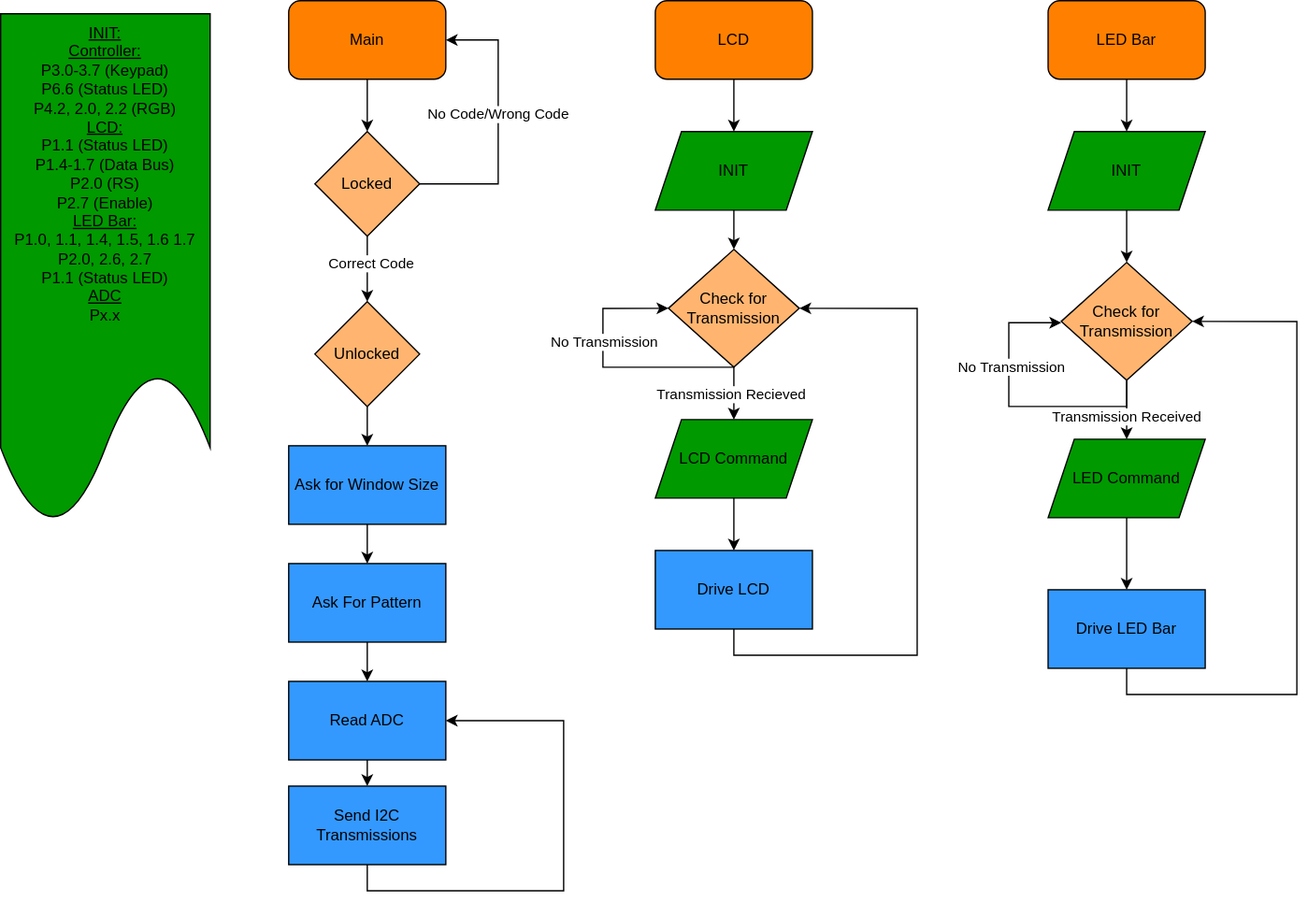
Above: docs/assets/Project5_Prelim_FlowChart.drawio.svg in msu-eele-465/project5-aaron-beau (draw.io), before the change. Source tidied: cells renumbered, new cells last; positions are measured from the earlier drawing's top-left corner, leaving out a move shared by most shapes. Source of this version:
```xml
<mxGraphModel>
  <root>
    <mxCell id="0" />
    <mxCell id="1" parent="0" />
    <mxCell id="2" value="&lt;u&gt;INIT:&lt;/u&gt;&lt;div&gt;&lt;u&gt;Controller:&lt;br&gt;&lt;/u&gt;&lt;div&gt;P3.0-3.7 (Keypad)&lt;/div&gt;&lt;div&gt;P6.6 (Status LED)&lt;/div&gt;&lt;div&gt;P4.2, 2.0, 2.2 (RGB)&lt;/div&gt;&lt;div&gt;&lt;u&gt;LCD:&lt;/u&gt;&lt;/div&gt;&lt;div&gt;P1.1 (Status LED)&lt;/div&gt;&lt;div&gt;P1.4-1.7 (Data Bus)&lt;/div&gt;&lt;div&gt;P2.0 (RS)&lt;/div&gt;&lt;div&gt;P2.7 (Enable)&lt;/div&gt;&lt;div&gt;&lt;u&gt;LED Bar:&lt;/u&gt;&lt;/div&gt;&lt;div&gt;P1.0, 1.1, 1.4, 1.5, 1.6 1.7&lt;/div&gt;&lt;div&gt;P2.0, 2.6, 2.7&lt;/div&gt;&lt;div&gt;P1.1 (Status LED)&lt;/div&gt;&lt;div&gt;&lt;u&gt;ADC&lt;/u&gt;&lt;/div&gt;&lt;div&gt;Px.x&lt;/div&gt;&lt;div&gt;&lt;u&gt;&lt;br&gt;&lt;/u&gt;&lt;/div&gt;&lt;div&gt;&lt;br&gt;&lt;/div&gt;&lt;/div&gt;" style="shape=document;whiteSpace=wrap;html=1;boundedLbl=1;fillColor=#009900;" parent="1" vertex="1">
      <mxGeometry y="10" width="160" height="390" as="geometry" />
    </mxCell>
    <mxCell id="3" style="edgeStyle=orthogonalEdgeStyle;rounded=0;jettySize=auto;html=1;exitX=0.5;exitY=1;exitDx=0;exitDy=0;entryX=0.5;entryY=0;entryDx=0;entryDy=0;" parent="1" edge="1" source="4" target="9">
      <mxGeometry relative="1" as="geometry" />
    </mxCell>
    <mxCell id="4" value="Main" style="rounded=1;whiteSpace=wrap;html=1;fillColor=#FF8000;" parent="1" vertex="1">
      <mxGeometry x="220" width="120" height="60" as="geometry" />
    </mxCell>
    <mxCell id="5" style="edgeStyle=orthogonalEdgeStyle;rounded=0;jettySize=auto;html=1;exitX=1;exitY=0.5;exitDx=0;exitDy=0;entryX=1;entryY=0.5;entryDx=0;entryDy=0;" parent="1" edge="1" source="9" target="4">
      <mxGeometry relative="1" as="geometry">
        <Array as="points">
          <mxPoint x="380" y="140" />
          <mxPoint x="380" y="30" />
        </Array>
      </mxGeometry>
    </mxCell>
    <mxCell id="6" value="No Code/Wrong Code" style="edgeLabel;html=1;align=center;verticalAlign=middle;" parent="5" vertex="1">
      <mxGeometry x="0.09" y="1" relative="1" as="geometry" />
    </mxCell>
    <mxCell id="7" style="edgeStyle=orthogonalEdgeStyle;rounded=0;jettySize=auto;html=1;exitX=0.5;exitY=1;exitDx=0;exitDy=0;entryX=0.5;entryY=0;entryDx=0;entryDy=0;" parent="1" edge="1" source="9" target="11">
      <mxGeometry relative="1" as="geometry" />
    </mxCell>
    <mxCell id="8" value="Correct Code" style="edgeLabel;html=1;align=center;verticalAlign=middle;" parent="7" vertex="1">
      <mxGeometry x="-0.2" y="2" relative="1" as="geometry" />
    </mxCell>
    <mxCell id="9" value="Locked" style="rhombus;whiteSpace=wrap;html=1;fillColor=#FFB570;" parent="1" vertex="1">
      <mxGeometry x="240" y="100" width="80" height="80" as="geometry" />
    </mxCell>
    <mxCell id="10" style="edgeStyle=orthogonalEdgeStyle;rounded=0;jettySize=auto;html=1;exitX=0.5;exitY=1;exitDx=0;exitDy=0;entryX=0.5;entryY=0;entryDx=0;entryDy=0;" parent="1" edge="1" source="11">
      <mxGeometry relative="1" as="geometry">
        <mxPoint x="280" y="340" as="targetPoint" />
      </mxGeometry>
    </mxCell>
    <mxCell id="11" value="Unlocked" style="rhombus;whiteSpace=wrap;html=1;fillColor=#FFB570;" parent="1" vertex="1">
      <mxGeometry x="240" y="230" width="80" height="80" as="geometry" />
    </mxCell>
    <mxCell id="12" style="edgeStyle=orthogonalEdgeStyle;rounded=0;jettySize=auto;html=1;exitX=0.5;exitY=1;exitDx=0;exitDy=0;entryX=0.5;entryY=0;entryDx=0;entryDy=0;" parent="1" edge="1" source="13" target="17">
      <mxGeometry relative="1" as="geometry" />
    </mxCell>
    <mxCell id="13" value="LCD" style="rounded=1;whiteSpace=wrap;html=1;fillColor=#FF8000;" parent="1" vertex="1">
      <mxGeometry x="500" width="120" height="60" as="geometry" />
    </mxCell>
    <mxCell id="14" style="edgeStyle=orthogonalEdgeStyle;rounded=0;jettySize=auto;html=1;exitX=0.5;exitY=1;exitDx=0;exitDy=0;entryX=0.5;entryY=0;entryDx=0;entryDy=0;" parent="1" edge="1" source="15" target="28">
      <mxGeometry relative="1" as="geometry" />
    </mxCell>
    <mxCell id="15" value="LED Bar" style="rounded=1;whiteSpace=wrap;html=1;fillColor=#FF8000;" parent="1" vertex="1">
      <mxGeometry x="800" width="120" height="60" as="geometry" />
    </mxCell>
    <mxCell id="16" style="edgeStyle=orthogonalEdgeStyle;rounded=0;jettySize=auto;html=1;exitX=0.5;exitY=1;exitDx=0;exitDy=0;entryX=0.5;entryY=0;entryDx=0;entryDy=0;" parent="1" edge="1" source="17" target="22">
      <mxGeometry relative="1" as="geometry" />
    </mxCell>
    <mxCell id="17" value="INIT" style="shape=parallelogram;perimeter=parallelogramPerimeter;whiteSpace=wrap;html=1;fixedSize=1;fillColor=#009900;" parent="1" vertex="1">
      <mxGeometry x="500" y="100" width="120" height="60" as="geometry" />
    </mxCell>
    <mxCell id="18" style="edgeStyle=orthogonalEdgeStyle;rounded=0;jettySize=auto;html=1;exitX=0.5;exitY=1;exitDx=0;exitDy=0;entryX=0.5;entryY=0;entryDx=0;entryDy=0;" parent="1" edge="1" source="22" target="24">
      <mxGeometry relative="1" as="geometry" />
    </mxCell>
    <mxCell id="19" value="Transmission Recieved" style="edgeLabel;html=1;align=center;verticalAlign=middle;" parent="18" vertex="1">
      <mxGeometry y="-3" relative="1" as="geometry" />
    </mxCell>
    <mxCell id="20" style="edgeStyle=orthogonalEdgeStyle;rounded=0;orthogonalLoop=1;jettySize=auto;html=1;exitX=0.5;exitY=1;exitDx=0;exitDy=0;entryX=0;entryY=0.5;entryDx=0;entryDy=0;" parent="1" edge="1" source="22" target="22">
      <mxGeometry relative="1" as="geometry">
        <Array as="points">
          <mxPoint x="460" y="280" />
          <mxPoint x="460" y="235" />
        </Array>
      </mxGeometry>
    </mxCell>
    <mxCell id="21" value="No Transmission" style="edgeLabel;html=1;align=center;verticalAlign=middle;" parent="20" vertex="1">
      <mxGeometry x="0.23" y="1" relative="1" as="geometry">
        <mxPoint x="1" as="offset" />
      </mxGeometry>
    </mxCell>
    <mxCell id="22" value="Check for Transmission" style="rhombus;whiteSpace=wrap;html=1;fillColor=#FFB570;" parent="1" vertex="1">
      <mxGeometry x="510" y="190" width="100" height="90" as="geometry" />
    </mxCell>
    <mxCell id="23" style="edgeStyle=orthogonalEdgeStyle;rounded=0;jettySize=auto;html=1;exitX=0.5;exitY=1;exitDx=0;exitDy=0;entryX=0.5;entryY=0;entryDx=0;entryDy=0;" parent="1" edge="1" source="24" target="26">
      <mxGeometry relative="1" as="geometry" />
    </mxCell>
    <mxCell id="24" value="LCD Command" style="shape=parallelogram;perimeter=parallelogramPerimeter;whiteSpace=wrap;html=1;fixedSize=1;fillColor=#009900;" parent="1" vertex="1">
      <mxGeometry x="500" y="320" width="120" height="60" as="geometry" />
    </mxCell>
    <mxCell id="25" style="edgeStyle=orthogonalEdgeStyle;rounded=0;jettySize=auto;html=1;exitX=0.5;exitY=1;exitDx=0;exitDy=0;entryX=1;entryY=0.5;entryDx=0;entryDy=0;" parent="1" edge="1" source="26" target="22">
      <mxGeometry relative="1" as="geometry">
        <Array as="points">
          <mxPoint x="560" y="500" />
          <mxPoint x="700" y="500" />
          <mxPoint x="700" y="235" />
        </Array>
      </mxGeometry>
    </mxCell>
    <mxCell id="26" value="Drive LCD" style="rounded=0;whiteSpace=wrap;html=1;fillColor=#3399FF;" parent="1" vertex="1">
      <mxGeometry x="500" y="420" width="120" height="60" as="geometry" />
    </mxCell>
    <mxCell id="27" style="edgeStyle=orthogonalEdgeStyle;rounded=0;jettySize=auto;html=1;exitX=0.5;exitY=1;exitDx=0;exitDy=0;entryX=0.5;entryY=0;entryDx=0;entryDy=0;" parent="1" edge="1" source="28" target="33">
      <mxGeometry relative="1" as="geometry" />
    </mxCell>
    <mxCell id="28" value="INIT" style="shape=parallelogram;perimeter=parallelogramPerimeter;whiteSpace=wrap;html=1;fixedSize=1;fillColor=#009900;" parent="1" vertex="1">
      <mxGeometry x="800" y="100" width="120" height="60" as="geometry" />
    </mxCell>
    <mxCell id="29" style="edgeStyle=orthogonalEdgeStyle;rounded=0;jettySize=auto;html=1;exitX=0.5;exitY=1;exitDx=0;exitDy=0;entryX=0.5;entryY=0;entryDx=0;entryDy=0;" parent="1" edge="1" source="33" target="35">
      <mxGeometry relative="1" as="geometry" />
    </mxCell>
    <mxCell id="30" value="Transmission Received" style="edgeLabel;html=1;align=center;verticalAlign=middle;" parent="29" vertex="1">
      <mxGeometry x="0.2" y="-1" relative="1" as="geometry" />
    </mxCell>
    <mxCell id="31" style="edgeStyle=orthogonalEdgeStyle;rounded=0;orthogonalLoop=1;jettySize=auto;html=1;exitX=0.5;exitY=1;exitDx=0;exitDy=0;entryX=0;entryY=0.5;entryDx=0;entryDy=0;" parent="1" edge="1" source="33" target="33">
      <mxGeometry relative="1" as="geometry">
        <Array as="points">
          <mxPoint x="860" y="310" />
          <mxPoint x="770" y="310" />
          <mxPoint x="770" y="246" />
        </Array>
      </mxGeometry>
    </mxCell>
    <mxCell id="32" value="No Transmission" style="edgeLabel;html=1;align=center;verticalAlign=middle;" parent="31" vertex="1">
      <mxGeometry x="0.2" relative="1" as="geometry">
        <mxPoint x="1" y="-12" as="offset" />
      </mxGeometry>
    </mxCell>
    <mxCell id="33" value="Check for Transmission" style="rhombus;whiteSpace=wrap;html=1;fillColor=#FFB570;" parent="1" vertex="1">
      <mxGeometry x="810" y="200" width="100" height="90" as="geometry" />
    </mxCell>
    <mxCell id="34" style="edgeStyle=orthogonalEdgeStyle;rounded=0;jettySize=auto;html=1;exitX=0.5;exitY=1;exitDx=0;exitDy=0;entryX=0.5;entryY=0;entryDx=0;entryDy=0;" parent="1" edge="1" source="35" target="37">
      <mxGeometry relative="1" as="geometry" />
    </mxCell>
    <mxCell id="35" value="LED Command" style="shape=parallelogram;perimeter=parallelogramPerimeter;whiteSpace=wrap;html=1;fixedSize=1;fillColor=#009900;" parent="1" vertex="1">
      <mxGeometry x="800" y="335" width="120" height="60" as="geometry" />
    </mxCell>
    <mxCell id="36" style="edgeStyle=orthogonalEdgeStyle;rounded=0;jettySize=auto;html=1;exitX=0.5;exitY=1;exitDx=0;exitDy=0;entryX=1;entryY=0.5;entryDx=0;entryDy=0;" parent="1" edge="1" source="37" target="33">
      <mxGeometry relative="1" as="geometry">
        <Array as="points">
          <mxPoint x="860" y="530" />
          <mxPoint x="990" y="530" />
          <mxPoint x="990" y="245" />
        </Array>
      </mxGeometry>
    </mxCell>
    <mxCell id="37" value="Drive LED Bar" style="rounded=0;whiteSpace=wrap;html=1;fillColor=#3399FF;" parent="1" vertex="1">
      <mxGeometry x="800" y="450" width="120" height="60" as="geometry" />
    </mxCell>
    <mxCell id="38" style="edgeStyle=orthogonalEdgeStyle;rounded=0;jettySize=auto;html=1;exitX=0.5;exitY=1;exitDx=0;exitDy=0;entryX=0.5;entryY=0;entryDx=0;entryDy=0;" parent="1" edge="1" source="39" target="41">
      <mxGeometry relative="1" as="geometry" />
    </mxCell>
    <mxCell id="39" value="Ask for Window Size" style="rounded=0;whiteSpace=wrap;html=1;fillColor=#3399FF;" parent="1" vertex="1">
      <mxGeometry x="220" y="340" width="120" height="60" as="geometry" />
    </mxCell>
    <mxCell id="40" style="edgeStyle=orthogonalEdgeStyle;rounded=0;jettySize=auto;html=1;exitX=0.5;exitY=1;exitDx=0;exitDy=0;entryX=0.5;entryY=0;entryDx=0;entryDy=0;" parent="1" edge="1" source="41" target="43">
      <mxGeometry relative="1" as="geometry" />
    </mxCell>
    <mxCell id="41" value="Ask For Pattern" style="rounded=0;whiteSpace=wrap;html=1;fillColor=#3399FF;" parent="1" vertex="1">
      <mxGeometry x="220" y="430" width="120" height="60" as="geometry" />
    </mxCell>
    <mxCell id="42" style="edgeStyle=orthogonalEdgeStyle;rounded=0;jettySize=auto;html=1;exitX=0.5;exitY=1;exitDx=0;exitDy=0;entryX=0.5;entryY=0;entryDx=0;entryDy=0;" parent="1" edge="1" source="43" target="45">
      <mxGeometry relative="1" as="geometry" />
    </mxCell>
    <mxCell id="43" value="Read ADC" style="rounded=0;whiteSpace=wrap;html=1;fillColor=#3399FF;" parent="1" vertex="1">
      <mxGeometry x="220" y="520" width="120" height="60" as="geometry" />
    </mxCell>
    <mxCell id="44" style="edgeStyle=orthogonalEdgeStyle;rounded=0;jettySize=auto;html=1;exitX=0.5;exitY=1;exitDx=0;exitDy=0;entryX=1;entryY=0.5;entryDx=0;entryDy=0;" parent="1" edge="1" source="45" target="43">
      <mxGeometry relative="1" as="geometry">
        <Array as="points">
          <mxPoint x="280" y="680" />
          <mxPoint x="430" y="680" />
          <mxPoint x="430" y="550" />
        </Array>
      </mxGeometry>
    </mxCell>
    <mxCell id="45" value="Send I2C Transmissions" style="rounded=0;whiteSpace=wrap;html=1;fillColor=#3399FF;" parent="1" vertex="1">
      <mxGeometry x="220" y="600" width="120" height="60" as="geometry" />
    </mxCell>
  </root>
</mxGraphModel>
```
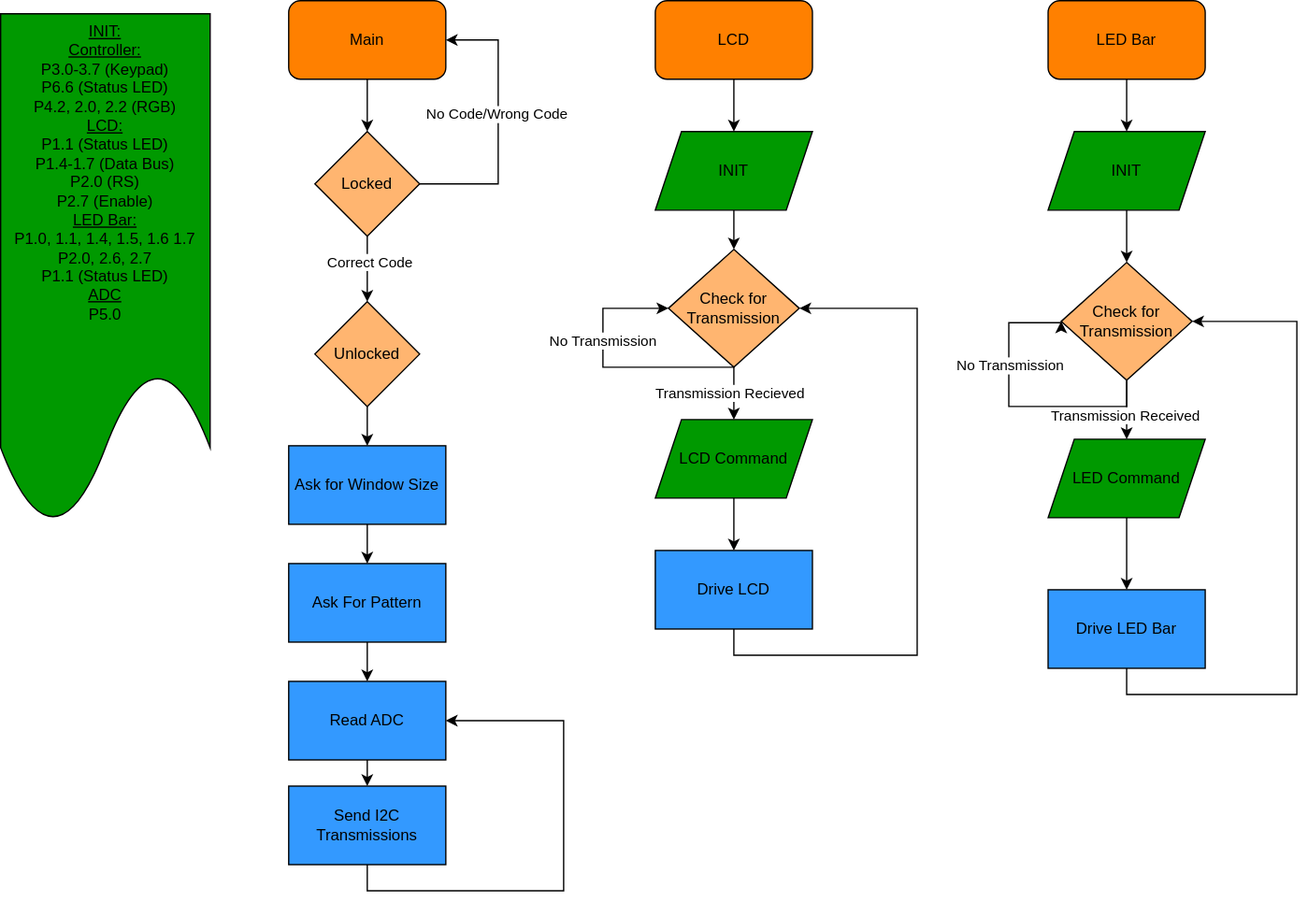
After the change.

Commit message:
flowchart init updates

Diff of the diagram source:
```diff
@@ -2,7 +2,7 @@
   <root>
     <mxCell id="0" />
     <mxCell id="1" parent="0" />
-    <mxCell id="2" value="&lt;u&gt;INIT:&lt;/u&gt;&lt;div&gt;&lt;u&gt;Controller:&lt;br&gt;&lt;/u&gt;&lt;div&gt;P3.0-3.7 (Keypad)&lt;/div&gt;&lt;div&gt;P6.6 (Status LED)&lt;/div&gt;&lt;div&gt;P4.2, 2.0, 2.2 (RGB)&lt;/div&gt;&lt;div&gt;&lt;u&gt;LCD:&lt;/u&gt;&lt;/div&gt;&lt;div&gt;P1.1 (Status LED)&lt;/div&gt;&lt;div&gt;P1.4-1.7 (Data Bus)&lt;/div&gt;&lt;div&gt;P2.0 (RS)&lt;/div&gt;&lt;div&gt;P2.7 (Enable)&lt;/div&gt;&lt;div&gt;&lt;u&gt;LED Bar:&lt;/u&gt;&lt;/div&gt;&lt;div&gt;P1.0, 1.1, 1.4, 1.5, 1.6 1.7&lt;/div&gt;&lt;div&gt;P2.0, 2.6, 2.7&lt;/div&gt;&lt;div&gt;P1.1 (Status LED)&lt;/div&gt;&lt;div&gt;&lt;u&gt;ADC&lt;/u&gt;&lt;/div&gt;&lt;div&gt;Px.x&lt;/div&gt;&lt;div&gt;&lt;u&gt;&lt;br&gt;&lt;/u&gt;&lt;/div&gt;&lt;div&gt;&lt;br&gt;&lt;/div&gt;&lt;/div&gt;" style="shape=document;whiteSpace=wrap;html=1;boundedLbl=1;fillColor=#009900;" parent="1" vertex="1">
+    <mxCell id="2" value="&lt;u&gt;INIT:&lt;/u&gt;&lt;div&gt;&lt;u&gt;Controller:&lt;br&gt;&lt;/u&gt;&lt;div&gt;P3.0-3.7 (Keypad)&lt;/div&gt;&lt;div&gt;P6.6 (Status LED)&lt;/div&gt;&lt;div&gt;P4.2, 2.0, 2.2 (RGB)&lt;/div&gt;&lt;div&gt;&lt;u&gt;LCD:&lt;/u&gt;&lt;/div&gt;&lt;div&gt;P1.1 (Status LED)&lt;/div&gt;&lt;div&gt;P1.4-1.7 (Data Bus)&lt;/div&gt;&lt;div&gt;P2.0 (RS)&lt;/div&gt;&lt;div&gt;P2.7 (Enable)&lt;/div&gt;&lt;div&gt;&lt;u&gt;LED Bar:&lt;/u&gt;&lt;/div&gt;&lt;div&gt;P1.0, 1.1, 1.4, 1.5, 1.6 1.7&lt;/div&gt;&lt;div&gt;P2.0, 2.6, 2.7&lt;/div&gt;&lt;div&gt;P1.1 (Status LED)&lt;/div&gt;&lt;div&gt;&lt;u&gt;ADC&lt;/u&gt;&lt;/div&gt;&lt;div&gt;P5.0&lt;/div&gt;&lt;div&gt;&lt;u&gt;&lt;br&gt;&lt;/u&gt;&lt;/div&gt;&lt;div&gt;&lt;br&gt;&lt;/div&gt;&lt;/div&gt;" style="shape=document;whiteSpace=wrap;html=1;boundedLbl=1;fillColor=#009900;" parent="1" vertex="1">
       <mxGeometry y="10" width="160" height="390" as="geometry" />
     </mxCell>
     <mxCell id="3" style="edgeStyle=orthogonalEdgeStyle;rounded=0;jettySize=auto;html=1;exitX=0.5;exitY=1;exitDx=0;exitDy=0;entryX=0.5;entryY=0;entryDx=0;entryDy=0;" parent="1" edge="1" source="4" target="9">
```
